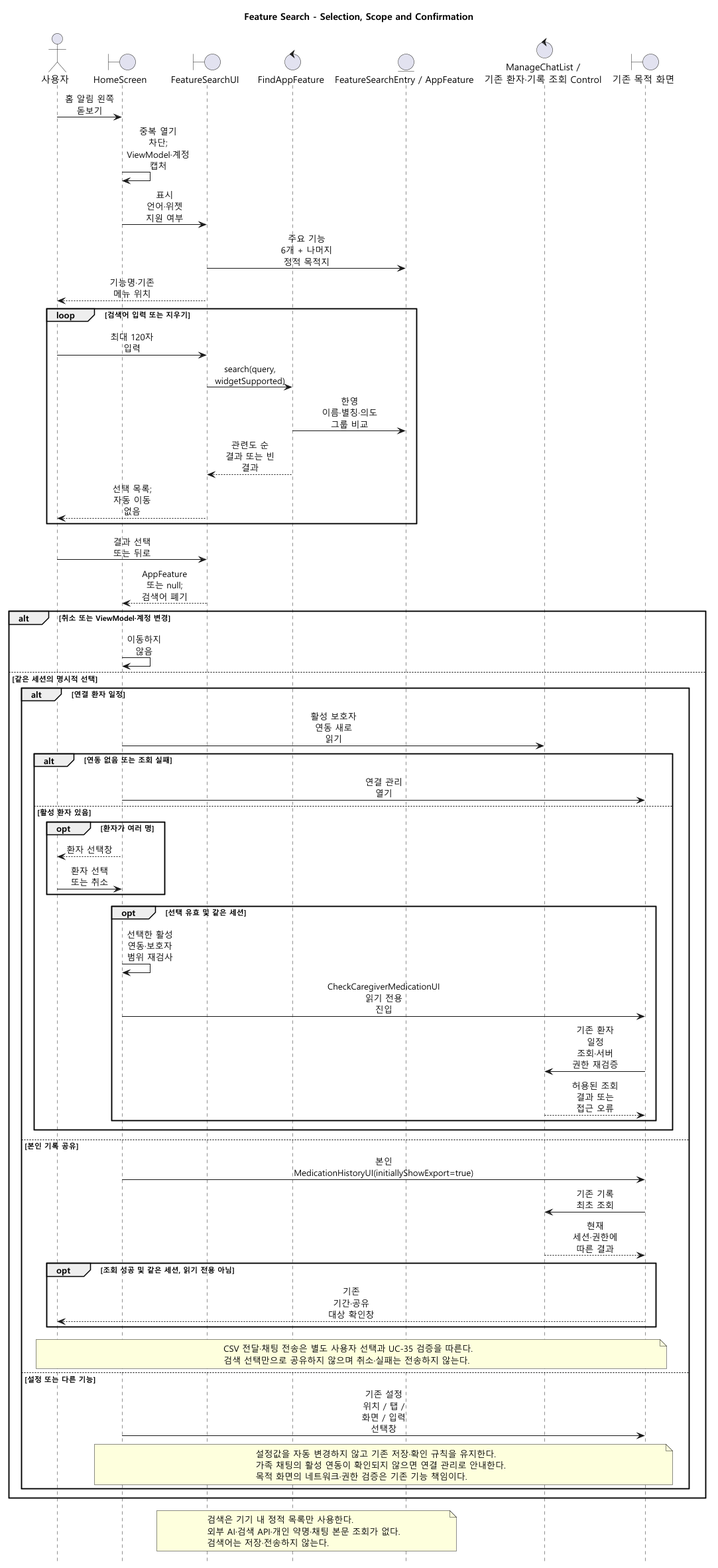
The PlantUML diagram docs/UML/sequence/FeatureSearch.png in 1window2/MedBuddy, before a commit. The source it was exported from:
```plantuml
@startuml
title Feature Search - Selection, Scope and Confirmation
hide footbox
skinparam defaultFontName Malgun Gothic
skinparam maxMessageSize 80
skinparam sequenceMessageAlign center

actor "사용자" as User
boundary HomeScreen as Home
boundary FeatureSearchUI as Search
control FindAppFeature as Match
entity "FeatureSearchEntry / AppFeature" as Catalog
control "ManageChatList /\n기존 환자·기록 조회 Control" as Access
boundary "기존 목적 화면" as Target

User -> Home : 홈 알림 왼쪽 돋보기
Home -> Home : 중복 열기 차단; ViewModel·계정 캡처
Home -> Search : 표시 언어·위젯 지원 여부
Search -> Catalog : 주요 기능 6개 + 나머지 정적 목적지
Search --> User : 기능명·기존 메뉴 위치
loop 검색어 입력 또는 지우기
  User -> Search : 최대 120자 입력
  Search -> Match : search(query, widgetSupported)
  Match -> Catalog : 한영 이름·별칭·의도 그룹 비교
  Match --> Search : 관련도 순 결과 또는 빈 결과
  Search --> User : 선택 목록; 자동 이동 없음
end
User -> Search : 결과 선택 또는 뒤로
Search --> Home : AppFeature 또는 null; 검색어 폐기
alt 취소 또는 ViewModel·계정 변경
  Home -> Home : 이동하지 않음
else 같은 세션의 명시적 선택
  alt 연결 환자 일정
    Home -> Access : 활성 보호자 연동 새로 읽기
    alt 연동 없음 또는 조회 실패
      Home -> Target : 연결 관리 열기
    else 활성 환자 있음
      opt 환자가 여러 명
        Home --> User : 환자 선택창
        User -> Home : 환자 선택 또는 취소
      end
      opt 선택 유효 및 같은 세션
        Home -> Home : 선택한 활성 연동·보호자 범위 재검사
        Home -> Target : CheckCaregiverMedicationUI 읽기 전용 진입
        Target -> Access : 기존 환자 일정 조회·서버 권한 재검증
        Access --> Target : 허용된 조회 결과 또는 접근 오류
      end
    end
  else 본인 기록 공유
    Home -> Target : 본인 MedicationHistoryUI(initiallyShowExport=true)
    Target -> Access : 기존 기록 최초 조회
    Access --> Target : 현재 세션·권한에 따른 결과
    opt 조회 성공 및 같은 세션, 읽기 전용 아님
      Target --> User : 기존 기간·공유 대상 확인창
    end
    note over User,Target
      CSV 전달·채팅 전송은 별도 사용자 선택과 UC-35 검증을 따른다.
      검색 선택만으로 공유하지 않으며 취소·실패는 전송하지 않는다.
    end note
  else 설정 또는 다른 기능
    Home -> Target : 기존 설정 위치 / 탭 / 화면 / 입력 선택창
    note over Home,Target
      설정값을 자동 변경하지 않고 기존 저장·확인 규칙을 유지한다.
      가족 채팅의 활성 연동이 확인되지 않으면 연결 관리로 안내한다.
      목적 화면의 네트워크·권한 검증은 기존 기능 책임이다.
    end note
  end
end

note over Search,Catalog
  검색은 기기 내 정적 목록만 사용한다.
  외부 AI·검색 API·개인 약명·채팅 본문 조회가 없다.
  검색어는 저장·전송하지 않는다.
end note
@enduml
```
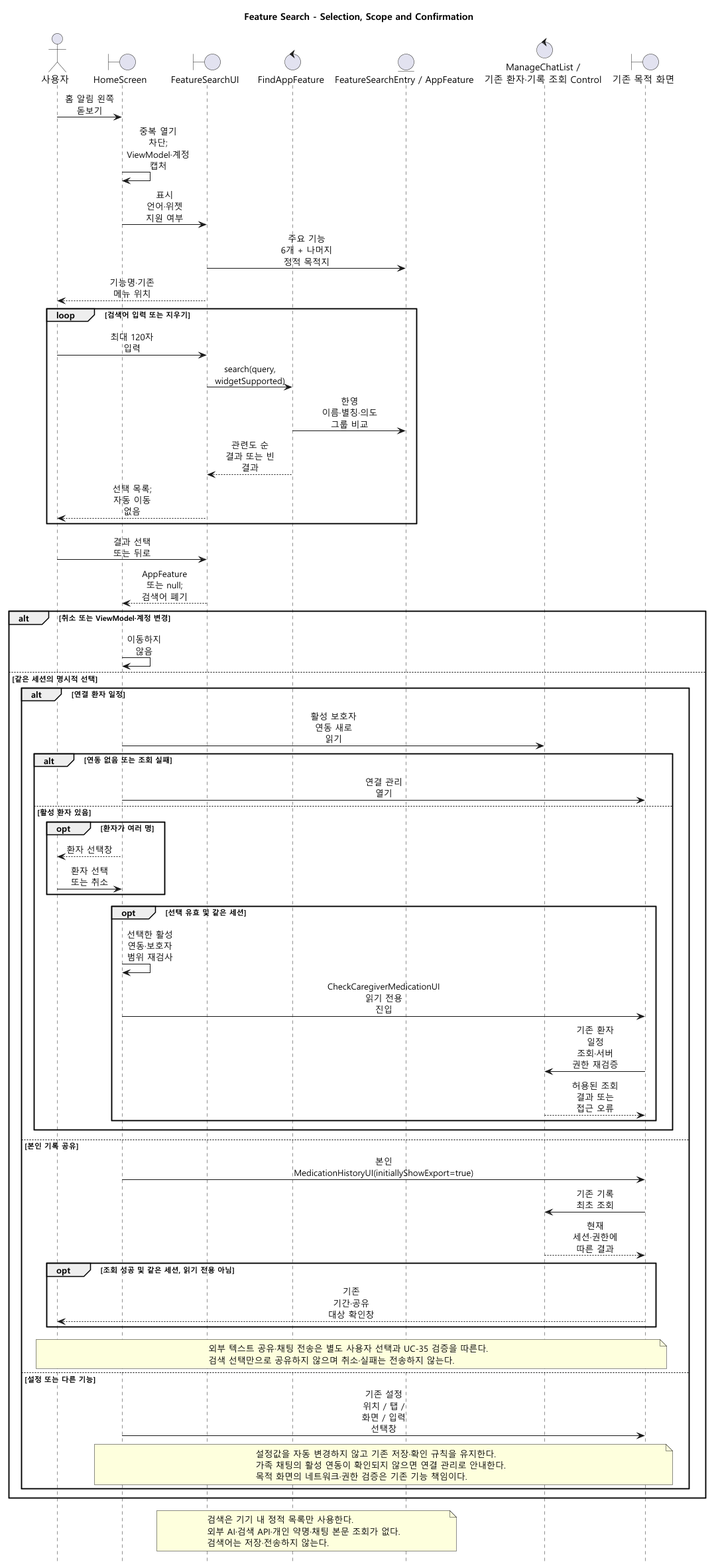
The same diagram one commit later.

Change to the diagram source:
```diff
@@ -54,7 +54,7 @@
       Target --> User : 기존 기간·공유 대상 확인창
     end
     note over User,Target
-      CSV 전달·채팅 전송은 별도 사용자 선택과 UC-35 검증을 따른다.
+      외부 텍스트 공유·채팅 전송은 별도 사용자 선택과 UC-35 검증을 따른다.
       검색 선택만으로 공유하지 않으며 취소·실패는 전송하지 않는다.
     end note
   else 설정 또는 다른 기능
```
